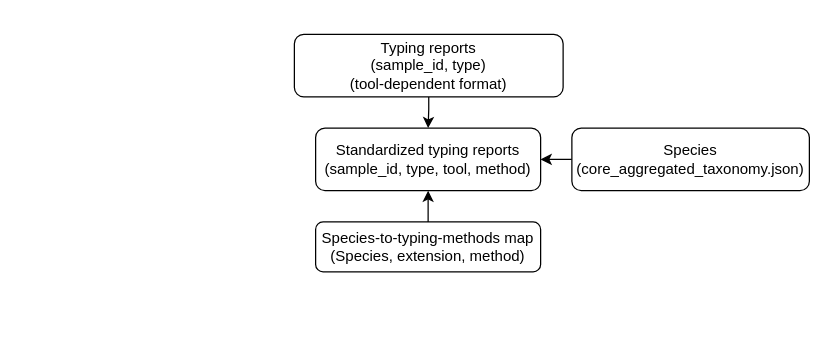
NMRL/Ardetype keeps this draw.io diagram as notes/specific_typing_extraction_plan.drawio. Above is the earlier version. Source tidied: cells renumbered, new cells numbered last; positions are measured from the earlier drawing's top-left corner, leaving out a move shared by most shapes. Both pictures are drawn from the tidied source at 125%, with x=0, y=0 at pixel (294, 34).
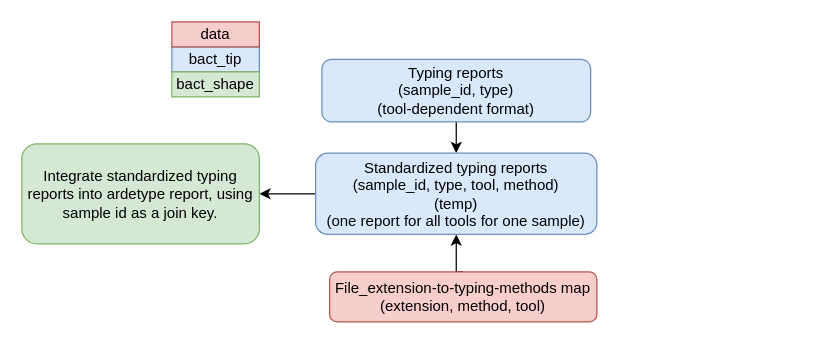
Above is the later version.

Diff of the diagram source:
```diff
@@
 <mxGraphModel>
   <root>
     <mxCell id="0" />
     <mxCell id="1" parent="0" />
-    <mxCell id="2" style="edgeStyle=orthogonalEdgeStyle;rounded=0;jettySize=auto;html=1;exitX=0;exitY=0.5;exitDx=0;exitDy=0;entryX=1;entryY=0.5;entryDx=0;entryDy=0;" parent="1" edge="1" source="3" target="8">
-      <mxGeometry relative="1" as="geometry" />
-    </mxCell>
-    <mxCell id="3" value="&lt;div&gt;Species&lt;/div&gt;&lt;div&gt;(core_aggregated_taxonomy.json)&lt;/div&gt;" style="rounded=1;whiteSpace=wrap;html=1;" parent="1" vertex="1">
-      <mxGeometry x="222" y="75" width="190" height="50" as="geometry" />
-    </mxCell>
     <mxCell id="4" style="edgeStyle=orthogonalEdgeStyle;rounded=0;jettySize=auto;html=1;exitX=0.5;exitY=0;exitDx=0;exitDy=0;entryX=0.5;entryY=1;entryDx=0;entryDy=0;" parent="1" edge="1" source="5" target="8">
       <mxGeometry relative="1" as="geometry" />
     </mxCell>
+    <mxCell id="6" style="edgeStyle=orthogonalEdgeStyle;rounded=0;jettySize=auto;html=1;exitX=0.5;exitY=1;exitDx=0;exitDy=0;entryX=0.5;entryY=0;entryDx=0;entryDy=0;" parent="1" edge="1" source="7" target="8">
+      <mxGeometry relative="1" as="geometry">
+        <Array as="points">
+          <mxPoint x="130" y="60" />
+        </Array>
+      </mxGeometry>
+    </mxCell>
-    <mxCell id="5" value="&lt;div&gt;Species-to-typing-methods map&lt;/div&gt;&lt;div&gt;(Species, extension, method)&lt;br&gt;&lt;/div&gt;" style="rounded=1;whiteSpace=wrap;html=1;" parent="1" vertex="1">
-      <mxGeometry x="17" y="150" width="180" height="40" as="geometry" />
+    <mxCell id="5" value="&lt;div&gt;File_extension-to-typing-methods map&lt;/div&gt;&lt;div&gt;(extension, method, tool)&lt;br&gt;&lt;/div&gt;" style="rounded=1;whiteSpace=wrap;html=1;fillColor=#f8cecc;strokeColor=#b85450;" parent="1" vertex="1">
+      <mxGeometry x="28.2" y="190" width="213.8" height="40" as="geometry" />
     </mxCell>
-    <mxCell id="6" style="edgeStyle=orthogonalEdgeStyle;rounded=0;jettySize=auto;html=1;exitX=0.5;exitY=1;exitDx=0;exitDy=0;entryX=0.5;entryY=0;entryDx=0;entryDy=0;" parent="1" edge="1" source="7" target="8">
-      <mxGeometry relative="1" as="geometry">
-        <Array as="points">
-          <mxPoint x="107" y="60" />
-          <mxPoint x="107" y="60" />
-        </Array>
-      </mxGeometry>
-    </mxCell>
-    <mxCell id="7" value="&lt;div&gt;Typing reports&lt;/div&gt;&lt;div&gt;(sample_id, type)&lt;/div&gt;&lt;div&gt;(tool-dependent format)&lt;/div&gt;" style="rounded=1;whiteSpace=wrap;html=1;" parent="1" vertex="1">
-      <mxGeometry width="215" height="50" as="geometry" />
+    <mxCell id="7" value="&lt;div&gt;Typing reports&lt;/div&gt;&lt;div&gt;(sample_id, type)&lt;/div&gt;&lt;div&gt;(tool-dependent format)&lt;/div&gt;" style="rounded=1;whiteSpace=wrap;html=1;fillColor=#dae8fc;strokeColor=#6c8ebf;" parent="1" vertex="1">
+      <mxGeometry x="22" y="20" width="215" height="50" as="geometry" />
     </mxCell>
+    <mxCell id="9" style="edgeStyle=orthogonalEdgeStyle;rounded=0;jettySize=auto;html=1;exitX=0;exitY=0.5;exitDx=0;exitDy=0;entryX=1;entryY=0.5;entryDx=0;entryDy=0;" parent="1" edge="1" source="8" target="10">
+      <mxGeometry relative="1" as="geometry" />
+    </mxCell>
-    <mxCell id="8" value="&lt;div&gt;Standardized typing reports&lt;/div&gt;&lt;div&gt;(sample_id, type, tool, method)&lt;br&gt;&lt;/div&gt;" style="rounded=1;whiteSpace=wrap;html=1;" parent="1" vertex="1">
-      <mxGeometry x="17" y="75" width="180" height="50" as="geometry" />
+    <mxCell id="8" value="&lt;div&gt;Standardized typing reports&lt;/div&gt;&lt;div&gt;(sample_id, type, tool, method)&lt;/div&gt;&lt;div&gt;(temp) &lt;br&gt;&lt;/div&gt;&lt;div&gt;(one report for all tools for one sample)&lt;/div&gt;" style="rounded=1;whiteSpace=wrap;html=1;fillColor=#dae8fc;strokeColor=#6c8ebf;" parent="1" vertex="1">
+      <mxGeometry x="17" y="95" width="225" height="65" as="geometry" />
     </mxCell>
+    <mxCell id="10" value="Integrate standardized typing reports into ardetype report, using sample id as a join key." style="rounded=1;whiteSpace=wrap;html=1;fillColor=#d5e8d4;strokeColor=#82b366;" parent="1" vertex="1">
+      <mxGeometry x="-218" y="87.5" width="190" height="80" as="geometry" />
+    </mxCell>
+    <mxCell id="11" value="bact_tip" style="rounded=0;whiteSpace=wrap;html=1;fillColor=#dae8fc;strokeColor=#6c8ebf;" parent="1" vertex="1">
+      <mxGeometry x="-98" y="10" width="70" height="20" as="geometry" />
+    </mxCell>
+    <mxCell id="12" value="bact_shape" style="rounded=0;whiteSpace=wrap;html=1;fillColor=#d5e8d4;strokeColor=#82b366;" parent="1" vertex="1">
+      <mxGeometry x="-98" y="30" width="70" height="20" as="geometry" />
+    </mxCell>
+    <mxCell id="13" value="data" style="rounded=0;whiteSpace=wrap;html=1;fillColor=#f8cecc;strokeColor=#b85450;" parent="1" vertex="1">
+      <mxGeometry x="-98" y="-10" width="70" height="20" as="geometry" />
+    </mxCell>
   </root>
 </mxGraphModel>
```
